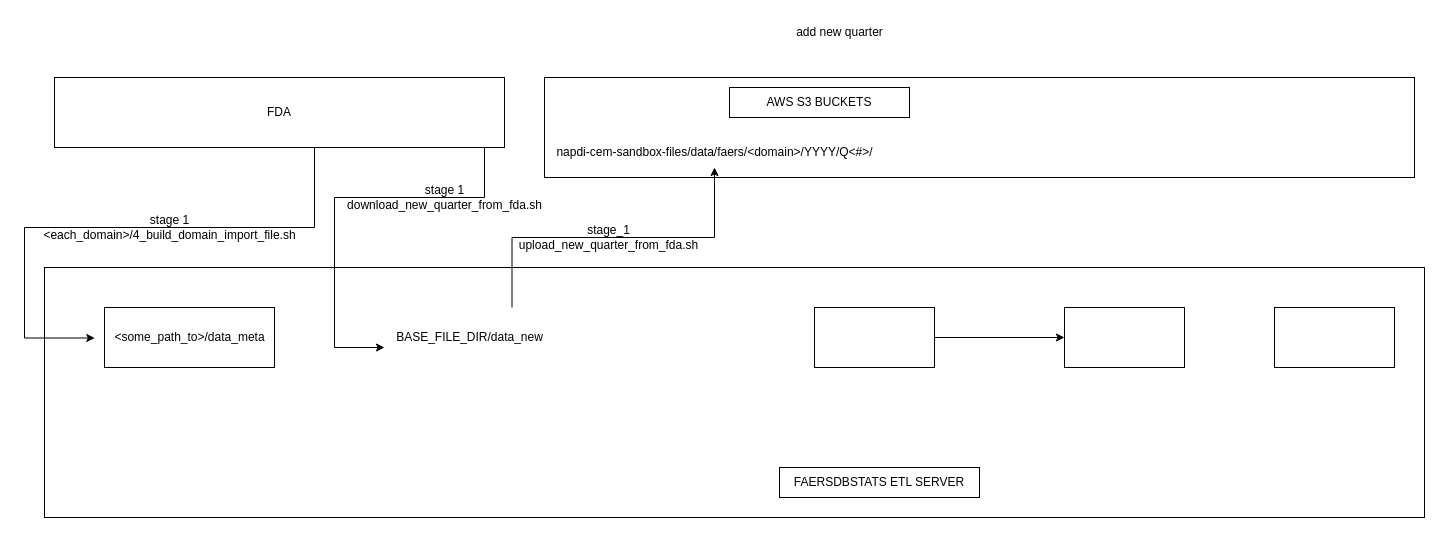
dbmi-pitt/faersdbstats keeps this draw.io diagram as documentation/data_flow_diagram.drawio. Above is the earlier version. Source tidied: cells renumbered, new cells numbered last; positions are measured from the earlier drawing's top-left corner, leaving out a move shared by most shapes. Both pictures are drawn from the tidied source at 100%, with x=0, y=0 at pixel (24, 17).
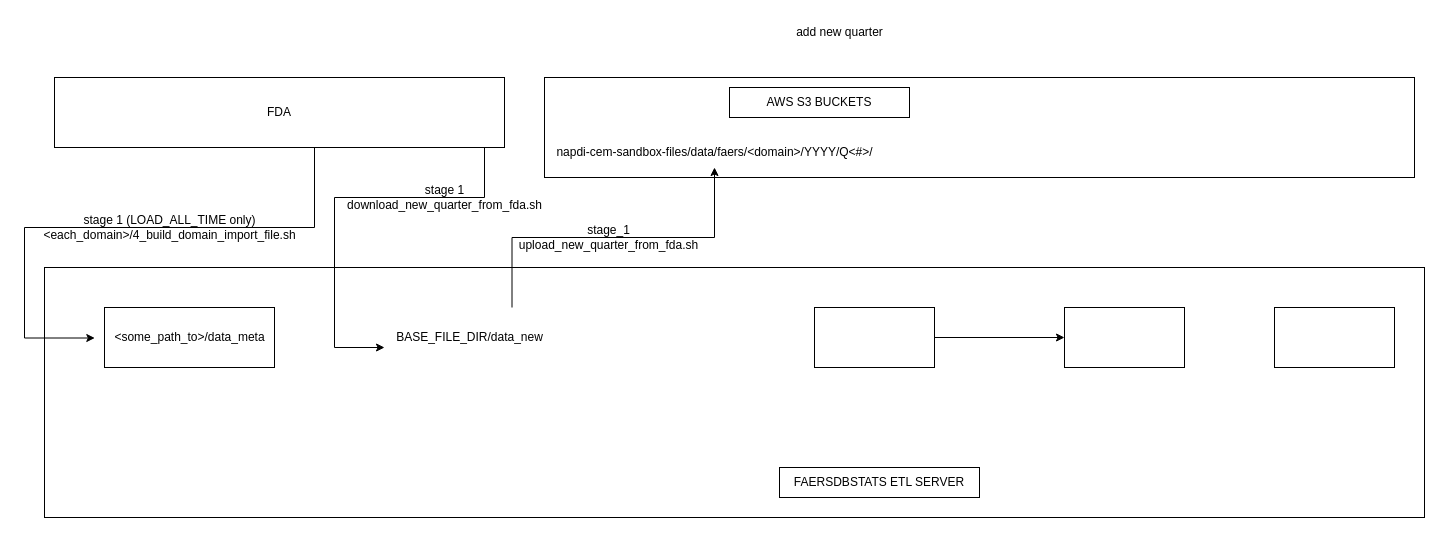
After the change.

Commit message:
notes on LOAD_ALL_TIME

Change to the diagram source:
```diff
@@
-    <mxCell id="20" value="stage 1&lt;br&gt;&amp;lt;each_domain&amp;gt;/&lt;span style=&quot;background-color: initial;&quot;&gt;4_build_domain_import_file.sh&lt;/span&gt;" style="text;html=1;align=center;verticalAlign=middle;strokeColor=none;fillColor=none;" parent="1" vertex="1">
+    <mxCell id="20" value="stage 1 (LOAD_ALL_TIME only)&lt;div&gt;&amp;lt;each_domain&amp;gt;/&lt;span style=&quot;background-color: initial;&quot;&gt;4_build_domain_import_file.sh&lt;/span&gt;&lt;/div&gt;" style="text;html=1;align=center;verticalAlign=middle;strokeColor=none;fillColor=none;" parent="1" vertex="1">
       <mxGeometry x="5" y="190" width="280" height="40" as="geometry" />
     </mxCell>
```
